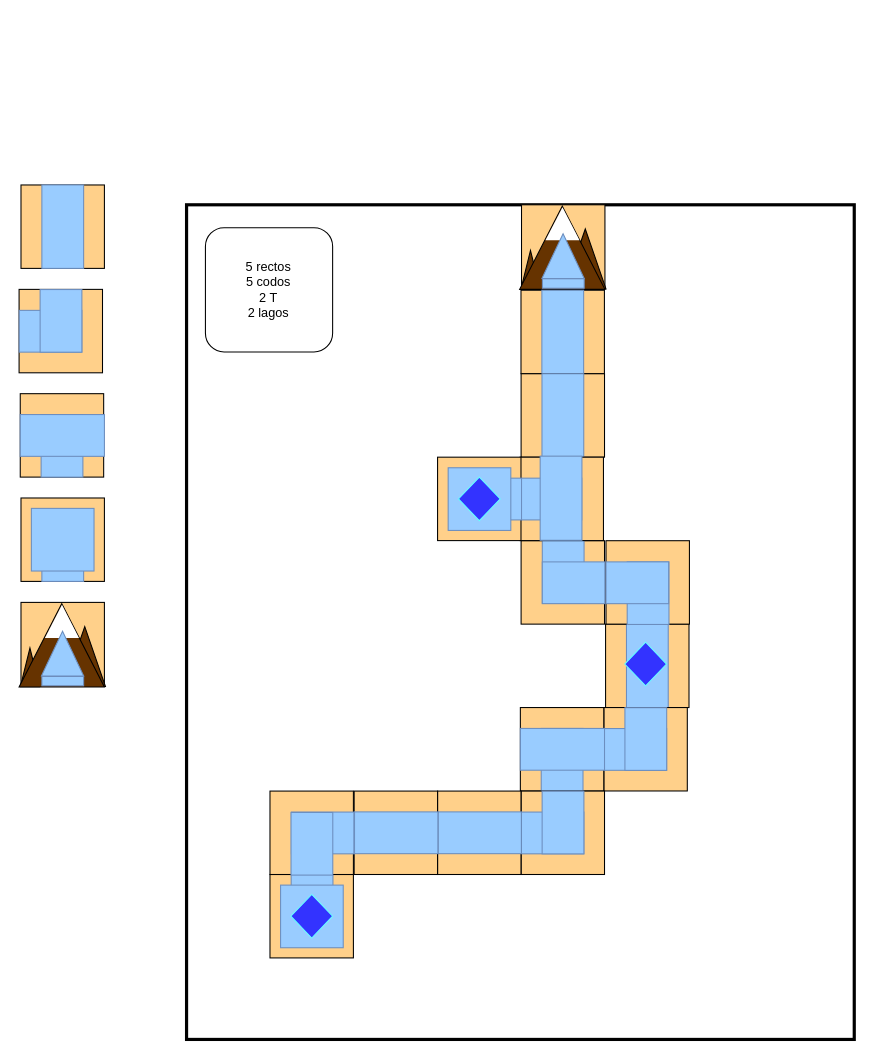
The draw.io diagram Druidas.drawio in Pablucas/Personal, before the edit. Source tidied: cells renumbered, new cells numbered last; positions are measured from the earlier drawing's top-left corner, leaving out a move shared by most shapes. Both pictures are drawn from the tidied source at 106%, with x=0, y=0 at pixel (10, 184).
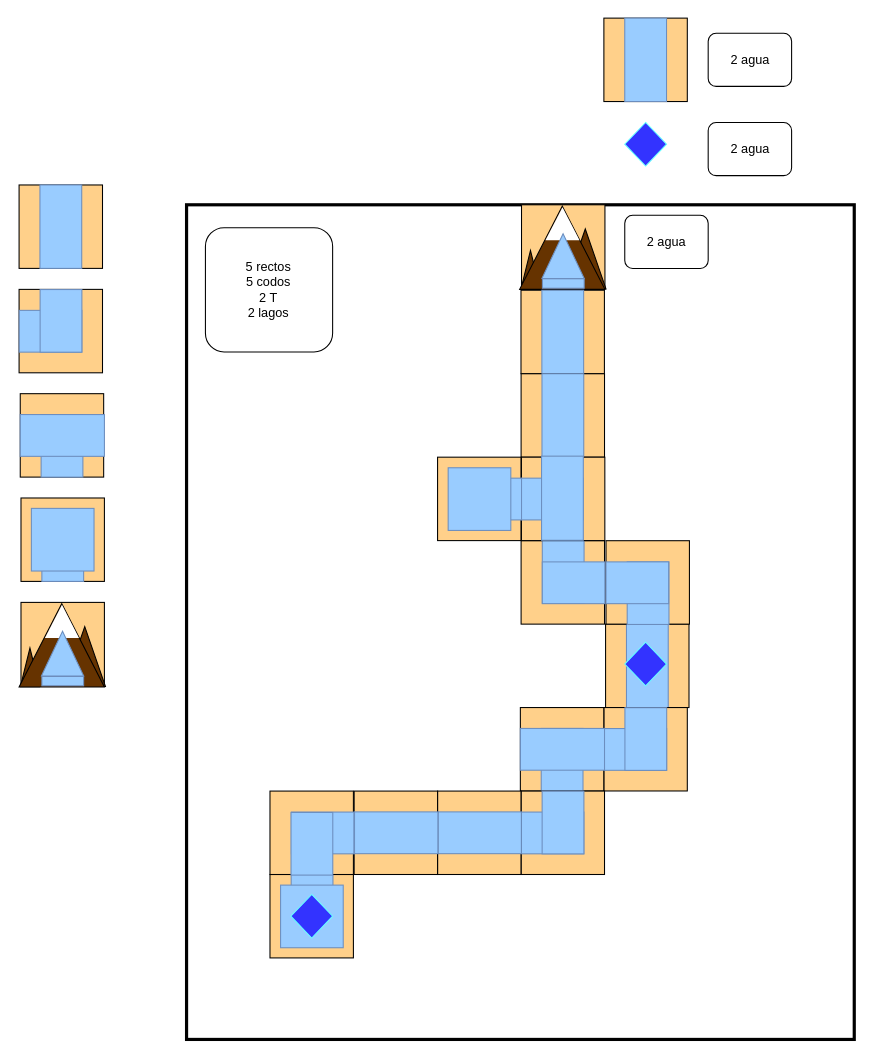
The same page after the edit.

Change to the diagram source:
```diff
@@
     <mxCell id="10" style="group;" parent="1" vertex="1">
-      <mxGeometry x="10.3" width="78.7" height="78.7" as="geometry" />
+      <mxGeometry x="560.2" y="-157.4" width="78.7" height="78.7" as="geometry" />
     </mxCell>
@@
     <mxCell id="47" style="group;rotation=90;" parent="1" vertex="1">
-      <mxGeometry x="480.1" y="256.8" width="79.4" height="78.7" as="geometry" />
+      <mxGeometry x="481.4" y="256.8" width="79.4" height="78.7" as="geometry" />
     </mxCell>
@@
     <mxCell id="55" style="rhombus;whiteSpace=wrap;html=1;fillColor=#3333FF;strokeColor=#66FFFF;" parent="1" vertex="1">
-      <mxGeometry x="423" y="275.6" width="39.4" height="41.1" as="geometry" />
+      <mxGeometry x="579.9" y="-59" width="39.4" height="41.1" as="geometry" />
     </mxCell>
@@
+    <mxCell id="89" value="2 agua" style="rounded=1;whiteSpace=wrap;html=1;" parent="1" vertex="1">
+      <mxGeometry x="579.9" y="28.6" width="78.7" height="50.2" as="geometry" />
+    </mxCell>
+    <mxCell id="90" value="2 agua" style="rounded=1;whiteSpace=wrap;html=1;" parent="1" vertex="1">
+      <mxGeometry x="658.6" y="-59" width="78.7" height="50.2" as="geometry" />
+    </mxCell>
+    <mxCell id="91" style="group;" parent="1" vertex="1">
+      <mxGeometry x="8.5" width="78.7" height="78.7" as="geometry" />
+    </mxCell>
+    <mxCell id="92" style="rounded=0;whiteSpace=wrap;html=1;fillColor=#FFD08A;strokeColor=#000000;" parent="91" vertex="1">
+      <mxGeometry width="78.7" height="78.7" as="geometry" />
+    </mxCell>
+    <mxCell id="93" style="rounded=0;whiteSpace=wrap;html=1;fillColor=#99CCFF;strokeColor=#6c8ebf;strokeWidth=1;" parent="91" vertex="1">
+      <mxGeometry x="19.7" width="39.4" height="78.7" as="geometry" />
+    </mxCell>
+    <mxCell id="94" value="2 agua" style="rounded=1;whiteSpace=wrap;html=1;" parent="1" vertex="1">
+      <mxGeometry x="658.6" y="-143.2" width="78.7" height="50.2" as="geometry" />
+    </mxCell>
```
